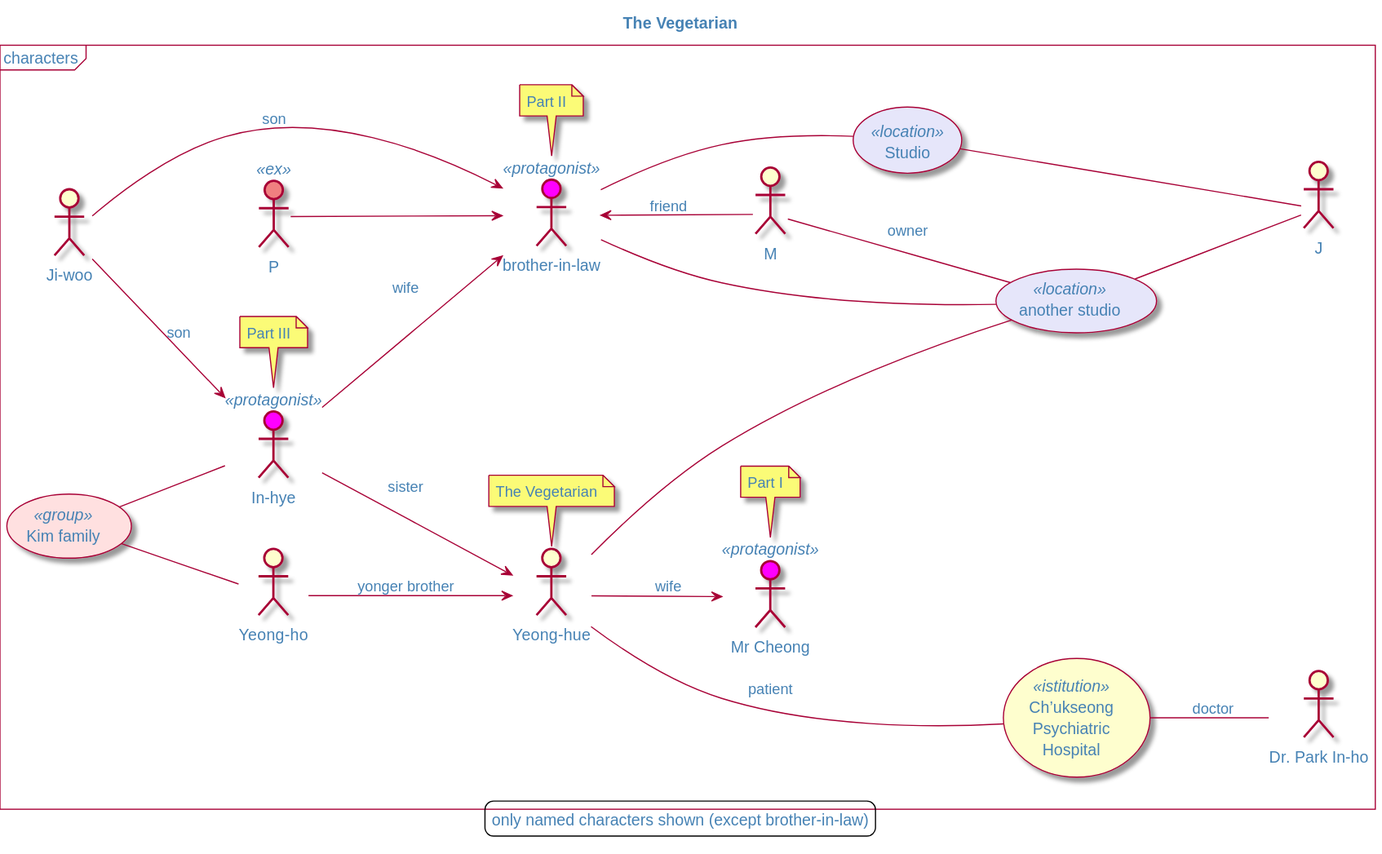
The PlantUML diagram The Vegetarian/The Vegetarian-The_Vegetarian.svg in olek3/reading, before a commit.
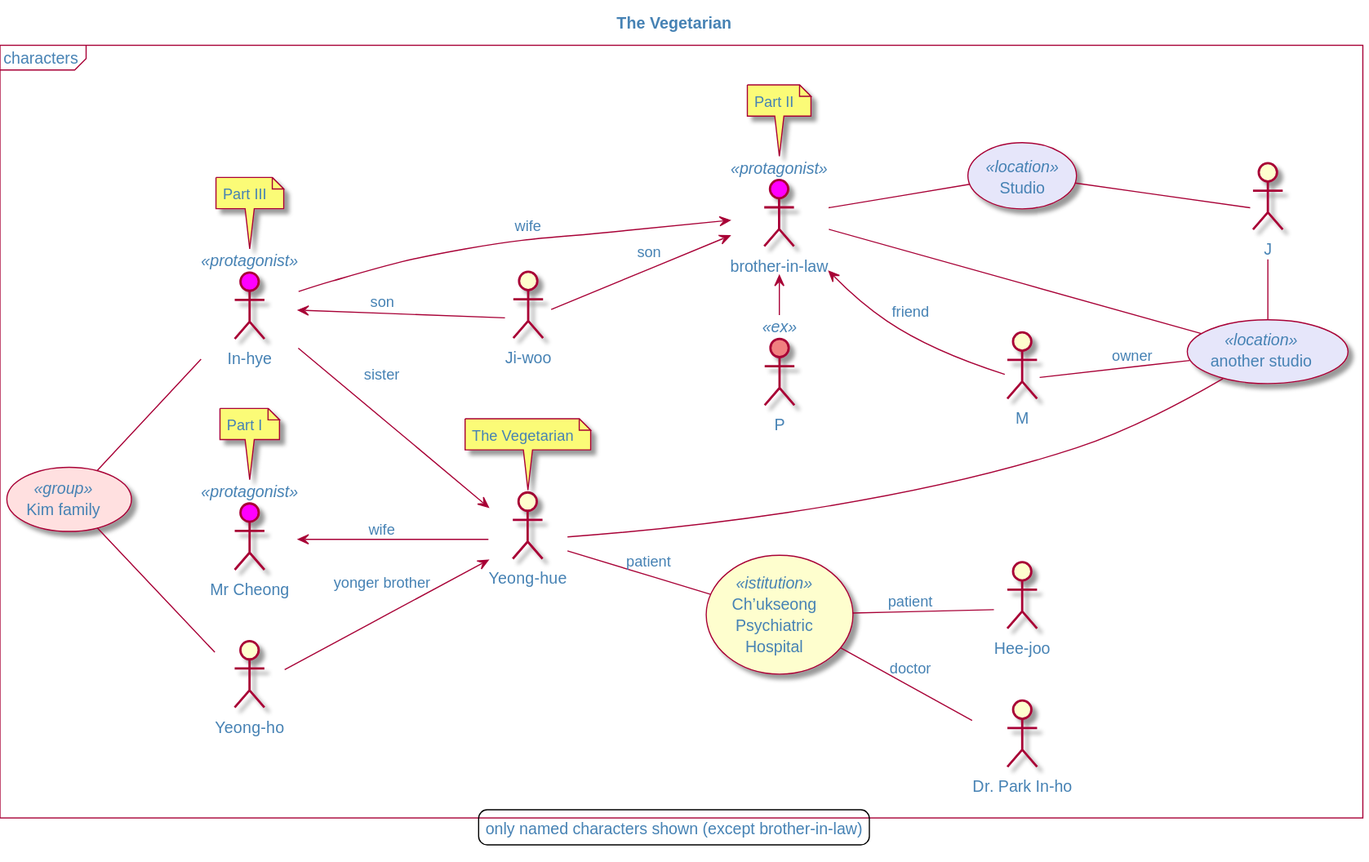
The same file after the commit.

Diff of the diagram source:
```diff
@@ -14,7 +14,7 @@
 :Yeong-hue: as vegetarian
 note top : The Vegetarian
 
-vegetarian --> narrator : wife
+narrator <-- vegetarian  : wife
 
 :In-hye: as sister <<protagonist>>
 note top : Part III
@@ -28,7 +28,7 @@
 
 :Ji-woo: as nephew
 
-nephew --> sister : son
+sister <-- nephew : son
 
 
 (Studio) as studio <<location>>
@@ -49,11 +49,11 @@
 he <-- :M: : friend
 
 vegetarian -- mstudio
-mstudio -- :J:
+:J: - mstudio
 
 :P:<<ex>>
 
-:P: --> he
+he <- :P:
 
 (Kim family) as family <<group>>
 
@@ -64,7 +64,9 @@
 (Ch’ukseong Psychiatric Hospital) <<istitution>> as hospital
 "Dr. Park In-ho" as doctor
 
-vegetarian --- hospital : patient
+vegetarian -- hospital : patient
 
 hospital -- doctor : doctor
+
+hospital -- :Hee-joo: : patient
 @enduml
```
